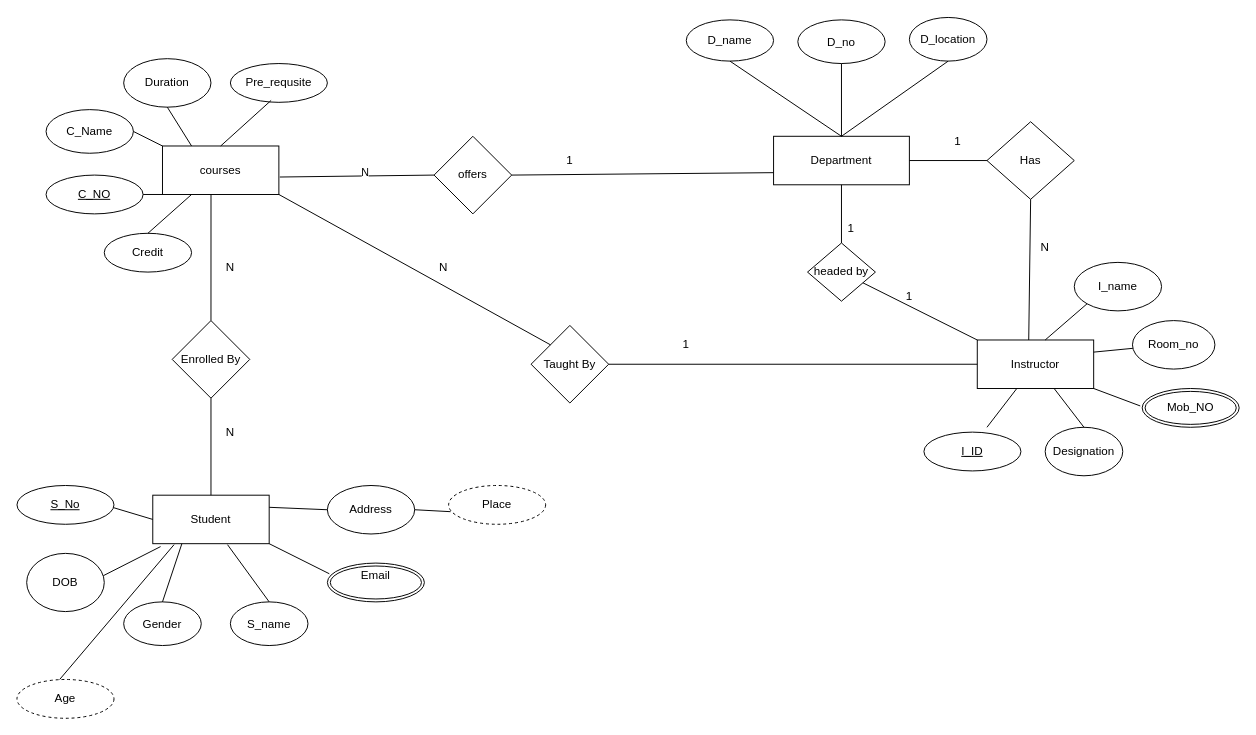
Before: sruthy1.drawio in CYRIL2313/DBMS_LAB, a draw.io diagram. Source tidied: cells renumbered, new cells numbered last; positions are measured from the earlier drawing's top-left corner, leaving out a move shared by most shapes. Both pictures are drawn from the tidied source at 97%, with x=0, y=0 at pixel (16, 17).
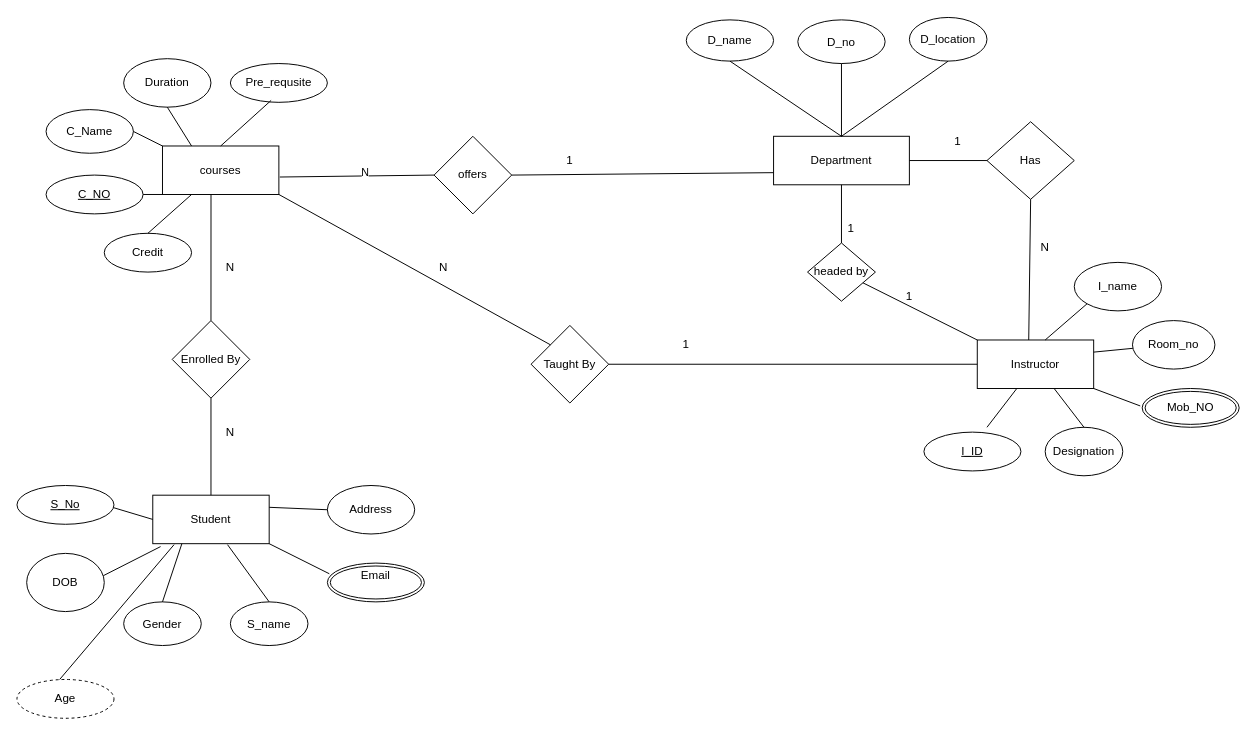
The same diagram, later.

Unchanged cells that the change refers to:
```xml
<mxCell id="30" value="Address" style="ellipse;whiteSpace=wrap;html=1;" parent="1" vertex="1">
  <mxGeometry x="320" y="482" width="90" height="50" as="geometry" />
</mxCell>
```

Change to the diagram source:
```diff
@@
-    <mxCell id="66" value="Place" style="ellipse;whiteSpace=wrap;html=1;align=center;dashed=1;" parent="1" vertex="1">
-      <mxGeometry x="445" y="482" width="100" height="40" as="geometry" />
-    </mxCell>
@@
-    <mxCell id="69" style="endArrow=none;html=1;rounded=0;exitX=1;exitY=0.5;exitDx=0;exitDy=0;entryX=0.02;entryY=0.675;entryDx=0;entryDy=0;entryPerimeter=0;" parent="1" edge="1" source="30" target="66">
-      <mxGeometry relative="1" as="geometry" />
-    </mxCell>
```
